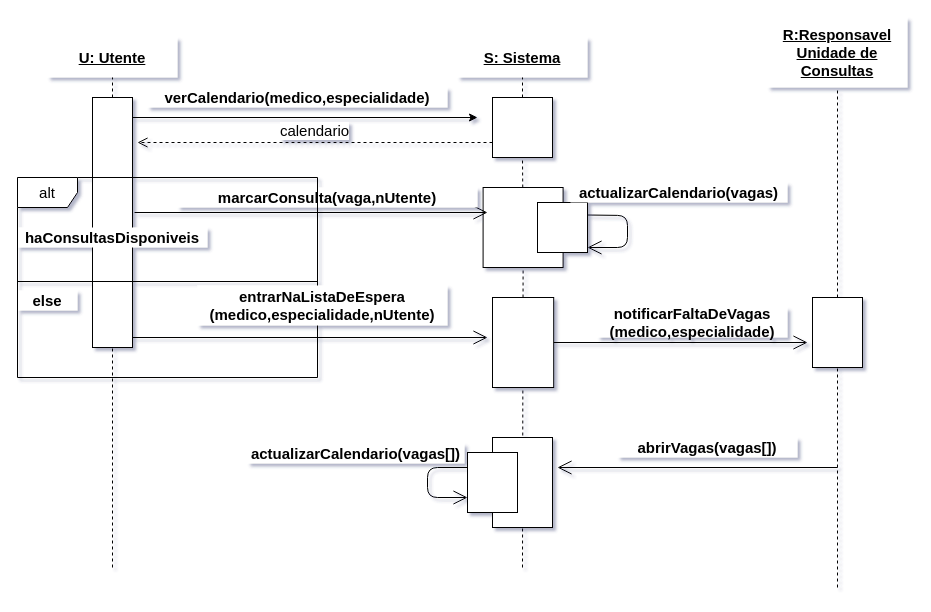
Before: DiagramasDeSequencia-MarcarConsultas.drawio in getSierralta/Si-Centro-Hospitalar-Upskill, a draw.io diagram. Source tidied: cells renumbered, new cells numbered last; positions are measured from the earlier drawing's top-left corner, leaving out a move shared by most shapes. Both pictures are drawn from the tidied source at 100%, with x=0, y=0 at pixel (17, 17).
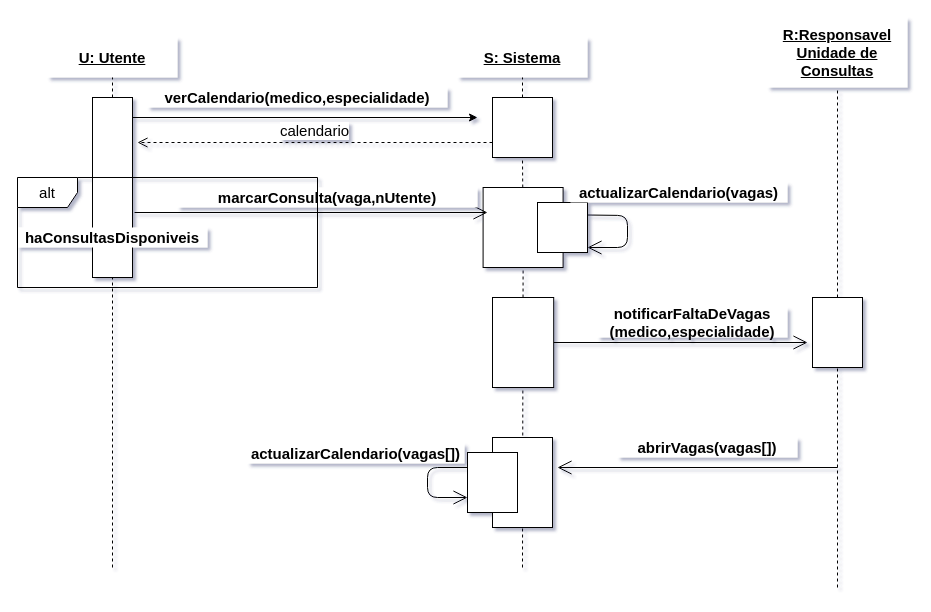
Above is the later version.

Diff of the diagram source:
```diff
@@
     <mxCell id="13" style="rounded=0;whiteSpace=wrap;html=1;fillColor=#ffffff;fontSize=15;" parent="1" vertex="1">
-      <mxGeometry x="75" y="80" width="40" height="250" as="geometry" />
+      <mxGeometry x="75" y="80" width="40" height="180" as="geometry" />
     </mxCell>
@@
-    <mxCell id="20" style="line;strokeWidth=1;fillColor=none;align=left;verticalAlign=middle;spacingTop=-1;spacingLeft=3;spacingRight=3;labelPosition=right;fontSize=15;" parent="1" vertex="1">
-      <mxGeometry y="260" width="300" height="8" as="geometry" />
-    </mxCell>
-    <mxCell id="21" value="&lt;b&gt;else&lt;/b&gt;" style="text;html=1;strokeColor=none;align=center;verticalAlign=middle;whiteSpace=wrap;rounded=0;fontSize=15;fillColor=#ffffff;" parent="1" vertex="1">
-      <mxGeometry y="273" width="60" height="20" as="geometry" />
-    </mxCell>
@@
-    <mxCell id="23" style="endArrow=open;endFill=1;endSize=12;html=1;fontSize=15;" parent="1" edge="1">
-      <mxGeometry relative="1" as="geometry">
-        <mxPoint x="115" y="320" as="sourcePoint" />
-        <mxPoint x="470" y="320" as="targetPoint" />
-      </mxGeometry>
-    </mxCell>
-    <mxCell id="24" value="alt" style="shape=umlFrame;whiteSpace=wrap;html=1;fillColor=#ffffff;fontSize=15;" parent="1" vertex="1">
-      <mxGeometry y="160" width="300" height="200" as="geometry" />
-    </mxCell>
-    <mxCell id="25" value="&lt;b&gt;entrarNaListaDeEspera&lt;br&gt;(medico,especialidade,nUtente)&lt;/b&gt;" style="text;html=1;strokeColor=none;align=center;verticalAlign=middle;whiteSpace=wrap;rounded=0;fontSize=15;fillColor=#ffffff;" parent="1" vertex="1">
-      <mxGeometry x="180" y="268" width="250" height="40" as="geometry" />
-    </mxCell>
@@
+    <mxCell id="24" value="alt" style="shape=umlFrame;whiteSpace=wrap;html=1;fillColor=#ffffff;fontSize=15;" parent="1" vertex="1">
+      <mxGeometry y="160" width="300" height="110" as="geometry" />
+    </mxCell>
```
